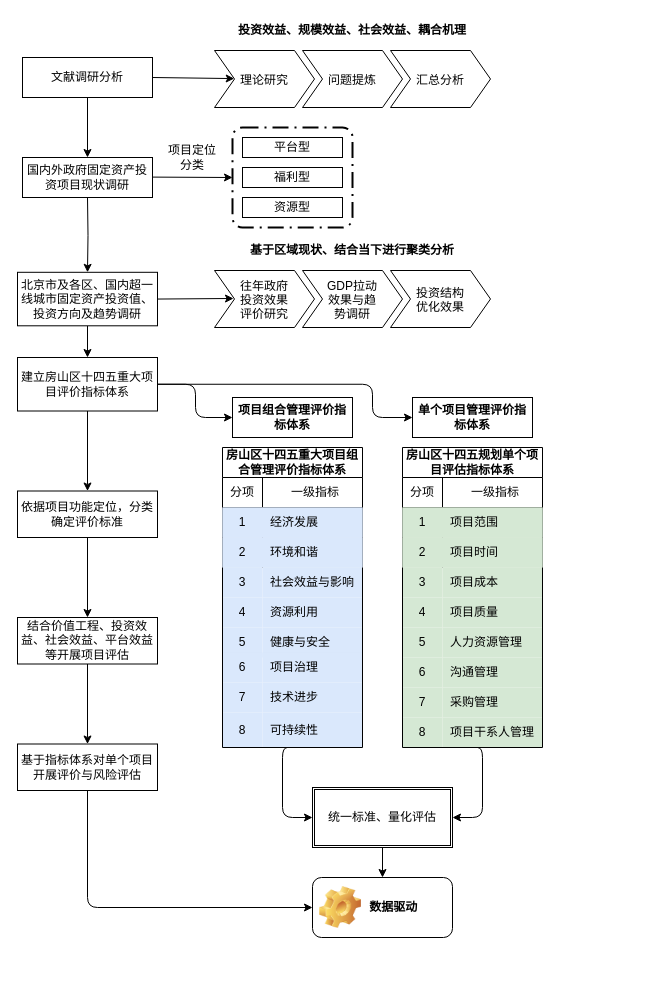
Before: Untitled Diagram.drawio in LuarAssassin/LuarAssassin.github.io, a draw.io diagram. Source tidied: cells renumbered, new cells numbered last; positions are measured from the earlier drawing's top-left corner, leaving out a move shared by most shapes. Both pictures are drawn from the tidied source at 100%, with x=0, y=0 at pixel (17, 17).
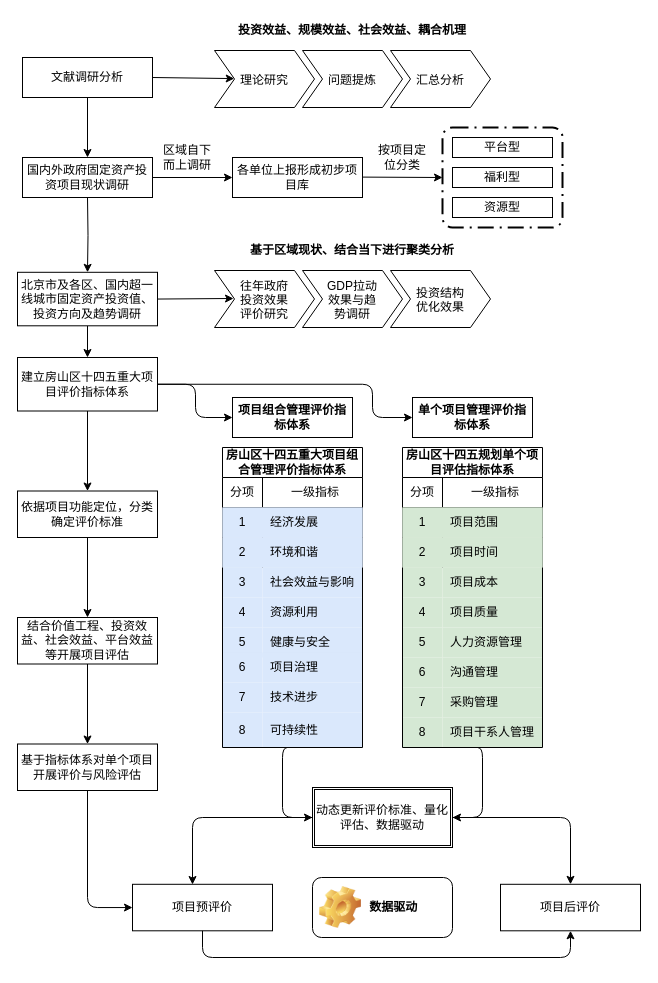
The same diagram, later.

The change refers to these unchanged cells:
```xml
<mxCell id="5" value="&amp;nbsp;数据驱动" style="label;whiteSpace=wrap;html=1;image=img/clipart/Gear_128x128.png;" parent="1" vertex="1">
  <mxGeometry x="295" y="860" width="140" height="60" as="geometry" />
</mxCell>
<mxCell id="33" value="国内外政府固定资产投资项目现状调研" style="rounded=0;whiteSpace=wrap;html=1;" parent="1" vertex="1">
  <mxGeometry x="5" y="140" width="130" height="40" as="geometry" />
</mxCell>
<mxCell id="53" value="基于指标体系对单个项目开展评价与风险评估" style="rounded=0;whiteSpace=wrap;html=1;" parent="1" vertex="1">
  <mxGeometry y="726.5" width="140" height="46.5" as="geometry" />
</mxCell>
```

Diff of the diagram source:
```diff
@@
-    <mxCell id="4" value="统一标准、量化评估" style="shape=ext;double=1;rounded=0;whiteSpace=wrap;html=1;" parent="1" vertex="1">
+    <mxCell id="4" value="动态更新评价标准、量化评估、数据驱动" style="shape=ext;double=1;rounded=0;whiteSpace=wrap;html=1;" parent="1" vertex="1">
       <mxGeometry x="295" y="770" width="140" height="60" as="geometry" />
     </mxCell>
@@
-    <mxCell id="30" style="endArrow=classic;html=1;exitX=0.5;exitY=1;exitDx=0;exitDy=0;" parent="1" edge="1" source="4" target="5">
-      <mxGeometry relative="1" as="geometry" />
-    </mxCell>
@@
+    <mxCell id="85" style="edgeStyle=orthogonalEdgeStyle;rounded=0;jettySize=auto;html=1;" parent="1" edge="1" source="33" target="86">
+      <mxGeometry relative="1" as="geometry" />
+    </mxCell>
@@
+    <mxCell id="86" value="各单位上报形成初步项目库" style="rounded=0;whiteSpace=wrap;html=1;" parent="1" vertex="1">
+      <mxGeometry x="215" y="140" width="130" height="40" as="geometry" />
+    </mxCell>
@@
     <mxCell id="35" value="平台型" style="rounded=0;whiteSpace=wrap;html=1;" parent="1" vertex="1">
-      <mxGeometry x="225" y="120" width="100" height="20" as="geometry" />
+      <mxGeometry x="435" y="120" width="100" height="20" as="geometry" />
     </mxCell>
     <mxCell id="36" value="福利型" style="rounded=0;whiteSpace=wrap;html=1;" parent="1" vertex="1">
-      <mxGeometry x="225" y="150" width="100" height="20" as="geometry" />
+      <mxGeometry x="435" y="150" width="100" height="20" as="geometry" />
     </mxCell>
     <mxCell id="37" value="资源型" style="rounded=0;whiteSpace=wrap;html=1;" parent="1" vertex="1">
-      <mxGeometry x="225" y="180" width="100" height="20" as="geometry" />
+      <mxGeometry x="435" y="180" width="100" height="20" as="geometry" />
     </mxCell>
     <mxCell id="38" style="endArrow=classic;html=1;exitX=1;exitY=0.5;exitDx=0;exitDy=0;" parent="1" edge="1">
       <mxGeometry relative="1" as="geometry">
-        <mxPoint x="135" y="159.6" as="sourcePoint" />
-        <mxPoint x="215" y="160" as="targetPoint" />
+        <mxPoint x="345" y="159.6" as="sourcePoint" />
+        <mxPoint x="425" y="160" as="targetPoint" />
       </mxGeometry>
     </mxCell>
-    <mxCell id="39" value="项目定位分类" style="text;html=1;strokeColor=none;fillColor=none;align=center;verticalAlign=middle;whiteSpace=wrap;rounded=0;" parent="1" vertex="1">
-      <mxGeometry x="145" y="130" width="60" height="20" as="geometry" />
+    <mxCell id="39" value="按项目定位分类" style="text;html=1;strokeColor=none;fillColor=none;align=center;verticalAlign=middle;whiteSpace=wrap;rounded=0;" parent="1" vertex="1">
+      <mxGeometry x="355" y="130" width="60" height="20" as="geometry" />
     </mxCell>
     <mxCell id="40" style="rounded=1;arcSize=10;dashed=1;strokeColor=#000000;fillColor=none;gradientColor=none;dashPattern=8 3 1 3;strokeWidth=2;" parent="1" vertex="1">
-      <mxGeometry x="215" y="110" width="120" height="100" as="geometry" />
+      <mxGeometry x="425" y="110" width="120" height="100" as="geometry" />
     </mxCell>
@@
-    <mxCell id="84" style="edgeStyle=elbowEdgeStyle;elbow=horizontal;endArrow=classic;html=1;entryX=0;entryY=0.5;entryDx=0;entryDy=0;exitX=0.5;exitY=1;exitDx=0;exitDy=0;" parent="1" edge="1" source="53" target="5">
+    <mxCell id="84" style="edgeStyle=elbowEdgeStyle;elbow=horizontal;endArrow=classic;html=1;entryX=0;entryY=0.5;entryDx=0;entryDy=0;exitX=0.5;exitY=1;exitDx=0;exitDy=0;" parent="1" edge="1" source="53" target="88">
       <mxGeometry relative="1" as="geometry">
         <Array as="points">
           <mxPoint x="70" y="860" />
         </Array>
       </mxGeometry>
     </mxCell>
+    <mxCell id="87" value="区域自下而上调研" style="text;html=1;strokeColor=none;fillColor=none;align=center;verticalAlign=middle;whiteSpace=wrap;rounded=0;" parent="1" vertex="1">
+      <mxGeometry x="140" y="130" width="60" height="20" as="geometry" />
+    </mxCell>
+    <mxCell id="88" value="项目预评价" style="rounded=0;whiteSpace=wrap;html=1;" parent="1" vertex="1">
+      <mxGeometry x="115" y="866.8" width="140" height="46.5" as="geometry" />
+    </mxCell>
+    <mxCell id="89" value="项目后评价" style="rounded=0;whiteSpace=wrap;html=1;" parent="1" vertex="1">
+      <mxGeometry x="483" y="866.8" width="140" height="46.5" as="geometry" />
+    </mxCell>
+    <mxCell id="90" style="edgeStyle=elbowEdgeStyle;elbow=vertical;endArrow=classic;html=1;exitX=0.5;exitY=1;exitDx=0;exitDy=0;entryX=0.5;entryY=1;entryDx=0;entryDy=0;" parent="1" edge="1" source="88" target="89">
+      <mxGeometry relative="1" as="geometry">
+        <Array as="points">
+          <mxPoint x="375" y="940" />
+        </Array>
+      </mxGeometry>
+    </mxCell>
+    <mxCell id="91" style="edgeStyle=elbowEdgeStyle;elbow=horizontal;endArrow=classic;html=1;entryX=0.5;entryY=0;entryDx=0;entryDy=0;exitX=1;exitY=0.5;exitDx=0;exitDy=0;" parent="1" edge="1" source="4" target="89">
+      <mxGeometry relative="1" as="geometry">
+        <Array as="points">
+          <mxPoint x="553" y="840" />
+        </Array>
+      </mxGeometry>
+    </mxCell>
+    <mxCell id="92" style="edgeStyle=elbowEdgeStyle;elbow=horizontal;endArrow=classic;html=1;exitX=0;exitY=0.5;exitDx=0;exitDy=0;" parent="1" edge="1" source="4">
+      <mxGeometry relative="1" as="geometry">
+        <mxPoint x="175" y="867" as="targetPoint" />
+        <Array as="points">
+          <mxPoint x="175" y="830" />
+        </Array>
+      </mxGeometry>
+    </mxCell>
```
